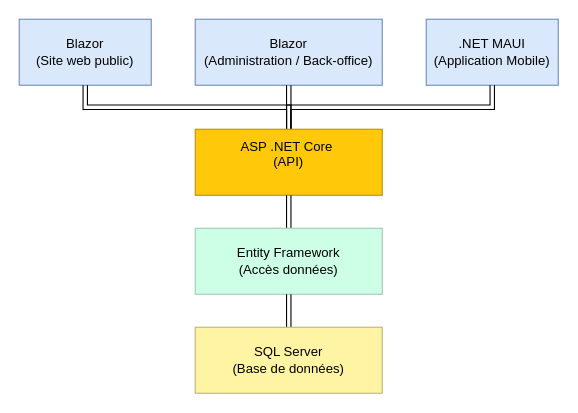
Above: docs/Architecture.drawio in BLOC3-orga/RessourcesRelationnelles (draw.io), before the change. Source tidied: cells renumbered, new cells numbered last; positions are measured from the earlier drawing's top-left corner, leaving out a move shared by most shapes. Both pictures are drawn from the tidied source at 110%, with x=0, y=0 at pixel (19, 19).
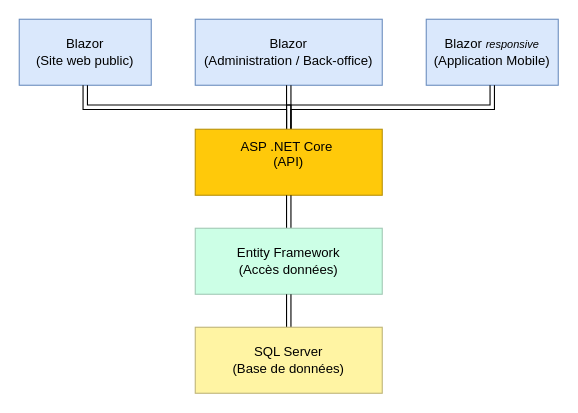
Above is the later version.

What changed in the source:
```diff
@@
 <mxGraphModel>
   <root>
     <mxCell id="0" />
     <mxCell id="1" parent="0" />
     <mxCell id="2" value="&lt;div&gt;Blazor&lt;/div&gt;&lt;div&gt;(Site web public)&lt;/div&gt;" style="rounded=0;whiteSpace=wrap;html=1;fillColor=#dae8fc;strokeColor=#6c8ebf;" parent="1" vertex="1">
       <mxGeometry width="120" height="60" as="geometry" />
     </mxCell>
     <mxCell id="3" value="&lt;div&gt;Blazor&lt;/div&gt;&lt;div&gt;(Administration / Back-office)&lt;/div&gt;" style="rounded=0;whiteSpace=wrap;html=1;fillColor=#dae8fc;strokeColor=#6c8ebf;" parent="1" vertex="1">
       <mxGeometry x="160" width="170" height="60" as="geometry" />
     </mxCell>
-    <mxCell id="4" value="&lt;div&gt;.NET MAUI&lt;/div&gt;&lt;div&gt;(Application Mobile)&lt;/div&gt;" style="rounded=0;whiteSpace=wrap;html=1;fillColor=#dae8fc;strokeColor=#6c8ebf;" parent="1" vertex="1">
+    <mxCell id="4" value="Blazor &lt;i&gt;&lt;font style=&quot;font-size: 10px;&quot;&gt;responsive&lt;/font&gt;&lt;/i&gt;&lt;div&gt;(Application Mobile)&lt;/div&gt;" style="rounded=0;whiteSpace=wrap;html=1;fillColor=#dae8fc;strokeColor=#6c8ebf;" parent="1" vertex="1">
       <mxGeometry x="370" width="120" height="60" as="geometry" />
     </mxCell>
     <mxCell id="5" style="edgeStyle=orthogonalEdgeStyle;rounded=0;jettySize=auto;html=1;shape=link;" parent="1" edge="1" source="8" target="2">
       <mxGeometry relative="1" as="geometry">
         <Array as="points">
           <mxPoint x="245" y="80" />
           <mxPoint x="60" y="80" />
         </Array>
       </mxGeometry>
     </mxCell>
     <mxCell id="6" style="edgeStyle=orthogonalEdgeStyle;rounded=0;jettySize=auto;html=1;entryX=0.5;entryY=1;entryDx=0;entryDy=0;shape=link;" parent="1" edge="1" source="8" target="3">
       <mxGeometry relative="1" as="geometry" />
     </mxCell>
     <mxCell id="7" style="edgeStyle=orthogonalEdgeStyle;rounded=0;jettySize=auto;html=1;entryX=0.5;entryY=1;entryDx=0;entryDy=0;shape=link;" parent="1" edge="1" source="8" target="4">
       <mxGeometry relative="1" as="geometry">
         <Array as="points">
           <mxPoint x="245" y="80" />
           <mxPoint x="430" y="80" />
         </Array>
       </mxGeometry>
     </mxCell>
     <mxCell id="8" value="&lt;div&gt;ASP .NET Core&amp;nbsp;&lt;/div&gt;&lt;div&gt;(API)&lt;/div&gt;&lt;div&gt;&lt;br&gt;&lt;/div&gt;" style="rounded=0;whiteSpace=wrap;html=1;fillColor=#FFC90A;strokeColor=#B89109;" parent="1" vertex="1">
       <mxGeometry x="160" y="100" width="170" height="60" as="geometry" />
     </mxCell>
     <mxCell id="9" style="edgeStyle=orthogonalEdgeStyle;rounded=0;jettySize=auto;html=1;entryX=0.5;entryY=1;entryDx=0;entryDy=0;shape=link;" parent="1" edge="1" source="10" target="8">
       <mxGeometry relative="1" as="geometry" />
     </mxCell>
     <mxCell id="10" value="&lt;div&gt;Entity Framework&lt;/div&gt;&lt;div&gt;(Accès données)&lt;/div&gt;" style="rounded=0;whiteSpace=wrap;html=1;fillColor=#CCFFE6;strokeColor=#A2C9B5;" parent="1" vertex="1">
       <mxGeometry x="160" y="190" width="170" height="60" as="geometry" />
     </mxCell>
     <mxCell id="11" style="edgeStyle=orthogonalEdgeStyle;rounded=0;jettySize=auto;html=1;entryX=0.5;entryY=1;entryDx=0;entryDy=0;shape=link;" parent="1" edge="1" source="12" target="10">
       <mxGeometry relative="1" as="geometry" />
     </mxCell>
     <mxCell id="12" value="&lt;div&gt;SQL Server&lt;/div&gt;&lt;div&gt;(Base de données)&lt;/div&gt;" style="rounded=0;whiteSpace=wrap;html=1;fillColor=#FFF4A3;strokeColor=#BFB578;" parent="1" vertex="1">
       <mxGeometry x="160" y="280" width="170" height="60" as="geometry" />
     </mxCell>
   </root>
 </mxGraphModel>
```
